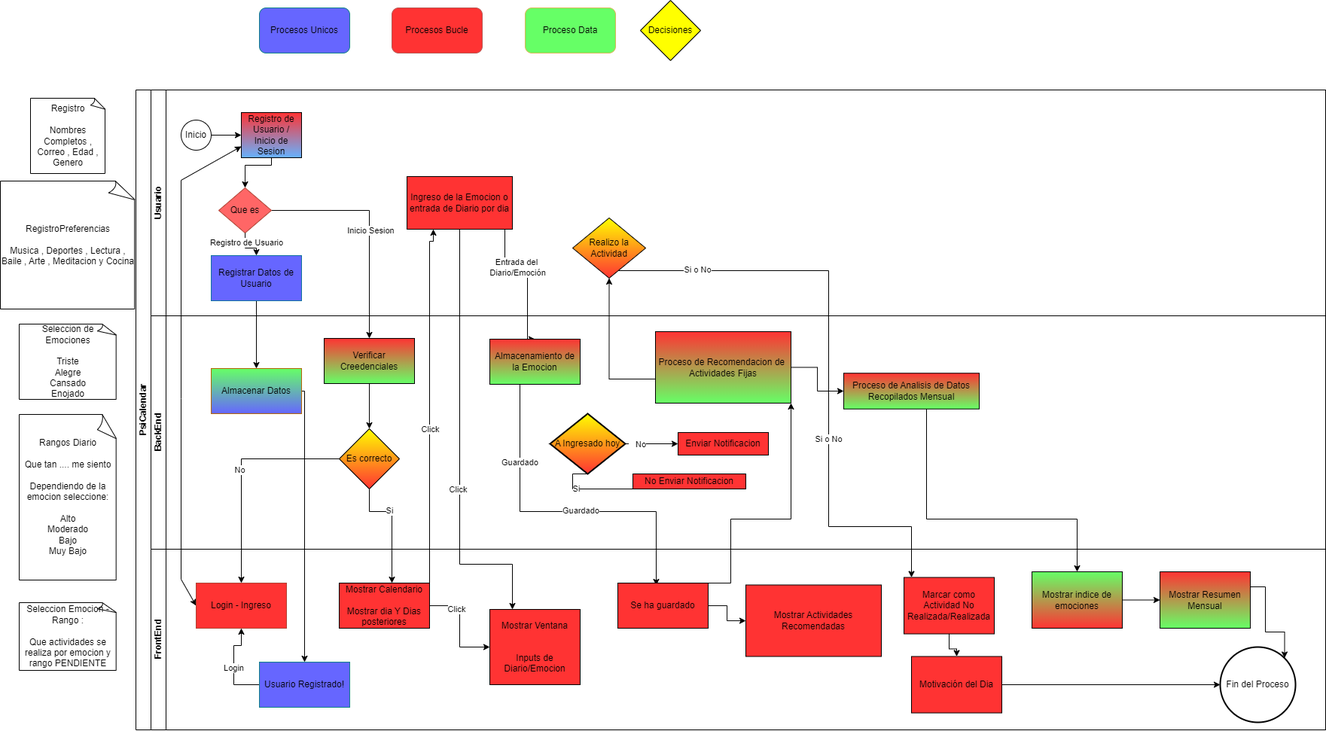
The draw.io diagram DiagramaPsiCalendar.png in Arielcitoops/PsiCalendar, before a commit. Source tidied: cells renumbered, new cells last; positions are measured from the earlier drawing's top-left corner, leaving out a move shared by most shapes.
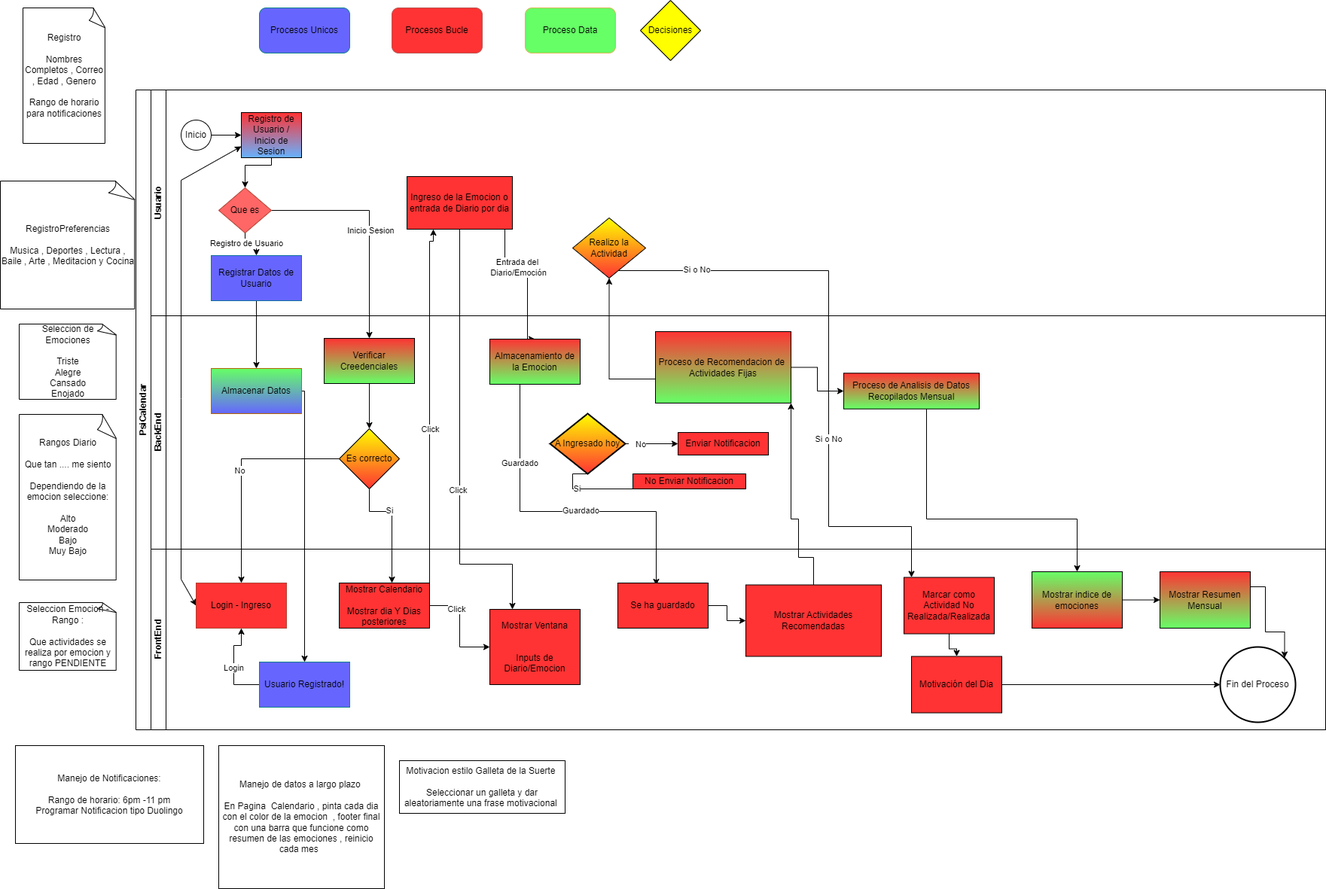
Above is the later version.

Diff of the diagram source:
```diff
@@ -116,11 +116,12 @@
         </Array>
       </mxGeometry>
     </mxCell>
-    <mxCell id="25" style="edgeStyle=orthogonalEdgeStyle;rounded=0;jettySize=auto;html=1;exitX=0.75;exitY=0;exitDx=0;exitDy=0;entryX=1;entryY=1;entryDx=0;entryDy=0;" parent="2" edge="1" source="60" target="44">
+    <mxCell id="25" style="edgeStyle=orthogonalEdgeStyle;rounded=0;jettySize=auto;html=1;exitX=0.5;exitY=0;exitDx=0;exitDy=0;entryX=1;entryY=1;entryDx=0;entryDy=0;" parent="2" edge="1" source="67" target="44">
       <mxGeometry relative="1" as="geometry">
         <Array as="points">
-          <mxPoint x="790" y="655" />
-          <mxPoint x="790" y="570" />
+          <mxPoint x="900" y="621" />
+          <mxPoint x="880" y="621" />
+          <mxPoint x="880" y="570" />
           <mxPoint x="870" y="570" />
         </Array>
       </mxGeometry>
@@ -316,8 +317,8 @@
     <mxCell id="79" value="Decisiones" style="rhombus;whiteSpace=wrap;html=1;fontColor=#000000;rounded=0;fillColor=#FFFF00;" parent="1" vertex="1">
       <mxGeometry x="850" width="80" height="80" as="geometry" />
     </mxCell>
-    <mxCell id="80" value="Registro&lt;br&gt;&lt;br&gt;Nombres Completos , Correo , Edad , Genero" style="whiteSpace=wrap;html=1;shape=mxgraph.basic.document;" parent="1" vertex="1">
-      <mxGeometry x="40" y="130" width="100" height="100" as="geometry" />
+    <mxCell id="80" value="Registro&lt;br&gt;&lt;br&gt;Nombres Completos , Correo , Edad , Genero&lt;br&gt;&lt;br&gt;Rango de horario para notificaciones" style="whiteSpace=wrap;html=1;shape=mxgraph.basic.document;" parent="1" vertex="1">
+      <mxGeometry x="30" y="10" width="110" height="180" as="geometry" />
     </mxCell>
     <mxCell id="81" value="RegistroPreferencias&lt;br&gt;&lt;br&gt;Musica , Deportes , Lectura , Baile , Arte , Meditacion y Cocina" style="whiteSpace=wrap;html=1;shape=mxgraph.basic.document;" parent="1" vertex="1">
       <mxGeometry y="240" width="180" height="170" as="geometry" />
@@ -331,5 +332,14 @@
     <mxCell id="84" value="Seleccion Emocion - Rango :&lt;br&gt;&lt;br&gt;Que actividades se realiza por emocion y rango PENDIENTE" style="whiteSpace=wrap;html=1;shape=mxgraph.basic.document;" parent="1" vertex="1">
       <mxGeometry x="25" y="800" width="130" height="90" as="geometry" />
     </mxCell>
+    <mxCell id="85" value="Manejo de datos a largo plazo&amp;nbsp;&lt;div&gt;&lt;br&gt;&lt;/div&gt;&lt;div&gt;En Pagina&amp;nbsp; Calendario , pinta cada dia con el color de la emocion&amp;nbsp; , footer final con una barra que funcione como resumen de las emociones , reinicio cada mes&amp;nbsp;&amp;nbsp;&lt;/div&gt;" style="rounded=0;whiteSpace=wrap;html=1;" parent="1" vertex="1">
+      <mxGeometry x="290" y="990" width="220" height="190" as="geometry" />
+    </mxCell>
+    <mxCell id="86" value="Manejo de Notificaciones:&lt;br&gt;&lt;br&gt;Rango de horario: 6pm -11 pm&lt;div&gt;Programar Notificacion tipo Duolingo&lt;/div&gt;" style="rounded=0;whiteSpace=wrap;html=1;" parent="1" vertex="1">
+      <mxGeometry x="20" y="990" width="250" height="130" as="geometry" />
+    </mxCell>
+    <mxCell id="87" value="Motivacion estilo Galleta de la Suerte&amp;nbsp;&lt;div&gt;&lt;br&gt;&lt;/div&gt;&lt;div&gt;Seleccionar un galleta y dar aleatoriamente una frase motivacional&amp;nbsp;&lt;/div&gt;" style="rounded=0;whiteSpace=wrap;html=1;" parent="1" vertex="1">
+      <mxGeometry x="530" y="1010" width="220" height="70" as="geometry" />
+    </mxCell>
   </root>
 </mxGraphModel>
```
